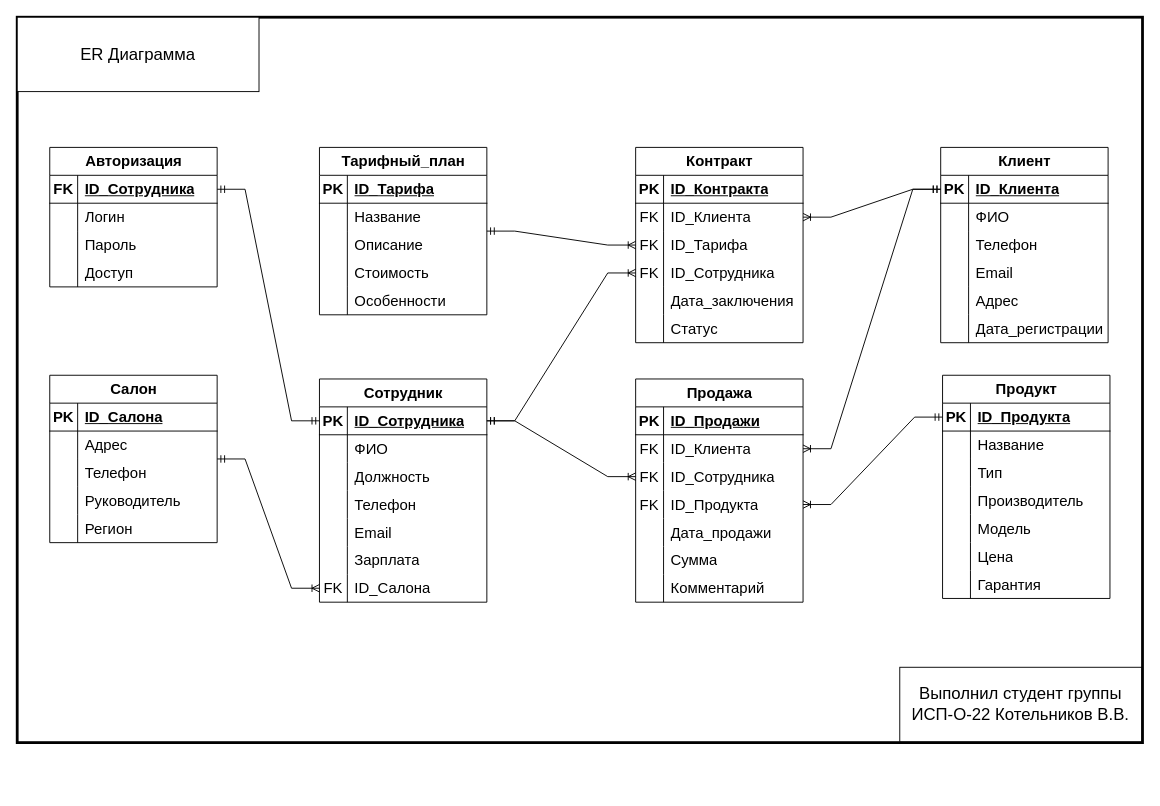
ColdenI/Diploma-IS-mobile-phone-store keeps this draw.io diagram as page "ER" (2 of 6) of media/Диаграммы  - салон связи.drawio. Above is the earlier version. Source tidied: cells renumbered, new cells numbered last; positions are measured from the earlier drawing's top-left corner, leaving out a move shared by most shapes. Both pictures are drawn from the tidied source at 93%, with x=0, y=0 at pixel (17, 17).
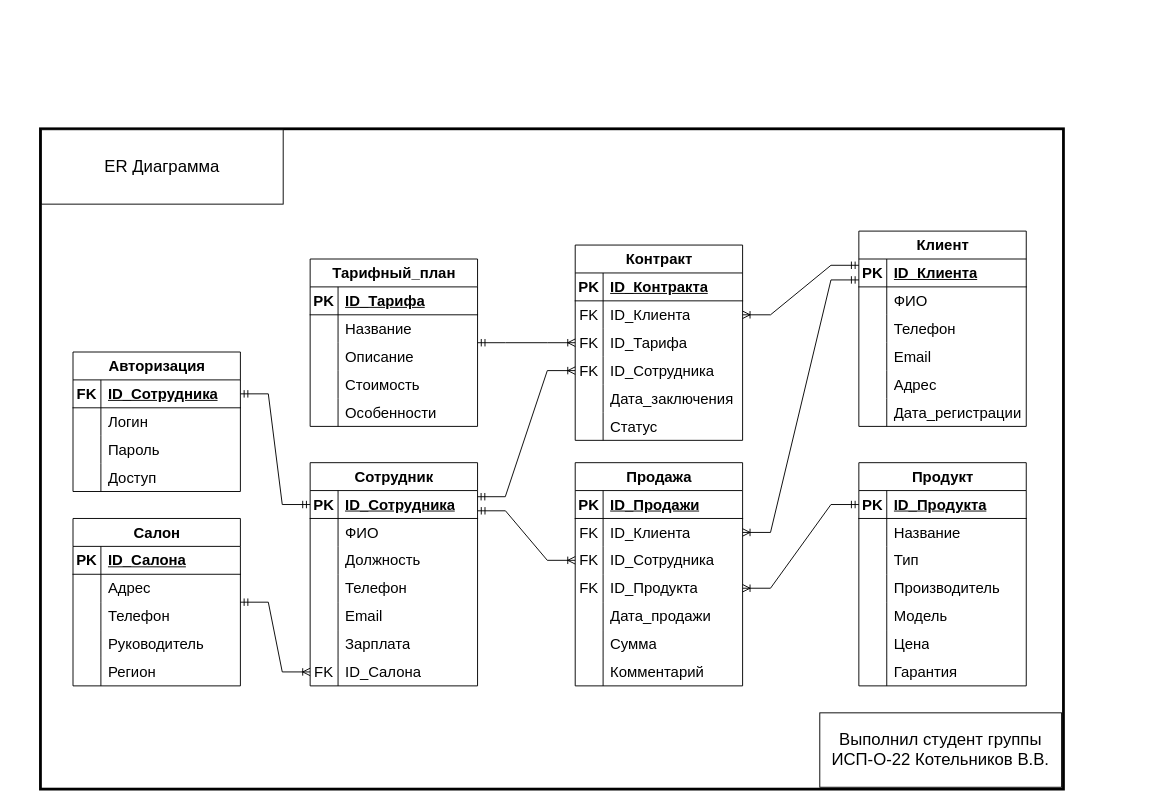
After the change.

The change refers to these unchanged cells:
```xml
<mxCell id="6" style="shape=tableRow;horizontal=0;startSize=0;swimlaneHead=0;swimlaneBody=0;fillColor=none;points=[[0,0.5],[1,0.5]];portConstraint=eastwest;top=0;left=0;right=0;bottom=1;fontSize=16;" parent="5" vertex="1">
  <mxGeometry y="30" width="180" height="30" as="geometry" />
</mxCell>
<mxCell id="44" style="shape=tableRow;horizontal=0;startSize=0;swimlaneHead=0;swimlaneBody=0;fillColor=none;points=[[0,0.5],[1,0.5]];portConstraint=eastwest;top=0;left=0;right=0;bottom=1;fontSize=16;" parent="43" vertex="1">
  <mxGeometry y="30" width="180" height="30" as="geometry" />
</mxCell>
<mxCell id="88" style="shape=tableRow;horizontal=0;startSize=0;swimlaneHead=0;swimlaneBody=0;fillColor=none;points=[[0,0.5],[1,0.5]];portConstraint=eastwest;top=0;left=0;right=0;bottom=0;fontSize=16;" parent="84" vertex="1">
  <mxGeometry y="60" width="180" height="30" as="geometry" />
</mxCell>
<mxCell id="91" style="shape=tableRow;horizontal=0;startSize=0;swimlaneHead=0;swimlaneBody=0;fillColor=none;points=[[0,0.5],[1,0.5]];portConstraint=eastwest;top=0;left=0;right=0;bottom=0;fontSize=16;" parent="84" vertex="1">
  <mxGeometry y="90" width="180" height="30" as="geometry" />
</mxCell>
<mxCell id="126" style="shape=tableRow;horizontal=0;startSize=0;swimlaneHead=0;swimlaneBody=0;fillColor=none;points=[[0,0.5],[1,0.5]];portConstraint=eastwest;top=0;left=0;right=0;bottom=0;fontSize=16;" parent="122" vertex="1">
  <mxGeometry y="60" width="180" height="30" as="geometry" />
</mxCell>
<mxCell id="132" style="shape=tableRow;horizontal=0;startSize=0;swimlaneHead=0;swimlaneBody=0;fillColor=none;points=[[0,0.5],[1,0.5]];portConstraint=eastwest;top=0;left=0;right=0;bottom=0;fontSize=16;" parent="122" vertex="1">
  <mxGeometry y="120" width="180" height="30" as="geometry" />
</mxCell>
```

What changed in the source:
```diff
@@
     <mxCell id="2" style="rounded=0;whiteSpace=wrap;html=1;strokeWidth=3;fillColor=none;" parent="1" vertex="1">
-      <mxGeometry width="1210" height="780" as="geometry" />
+      <mxGeometry x="25" y="120" width="1100" height="710" as="geometry" />
     </mxCell>
     <mxCell id="3" value="ER Диаграмма" style="rounded=0;whiteSpace=wrap;html=1;fontSize=18;" parent="1" vertex="1">
-      <mxGeometry width="260" height="80" as="geometry" />
+      <mxGeometry x="26" y="121" width="260" height="80" as="geometry" />
     </mxCell>
     <mxCell id="4" value="Выполнил студент группы ИСП-О-22&amp;nbsp;Котельников В.В." style="rounded=0;whiteSpace=wrap;html=1;fontSize=18;" parent="1" vertex="1">
-      <mxGeometry x="949" y="699" width="260" height="80" as="geometry" />
+      <mxGeometry x="863" y="748" width="260" height="80" as="geometry" />
     </mxCell>
     <mxCell id="5" value="Сотрудник" style="shape=table;startSize=30;childLayout=tableLayout;rowLines=0;fontStyle=1;align=center;html=1;fontSize=16;" parent="1" vertex="1">
-      <mxGeometry x="325" y="389" width="180" height="240" as="geometry" />
+      <mxGeometry x="315" y="479" width="180" height="240" as="geometry" />
     </mxCell>
@@
     <mxCell id="27" value="Салон" style="shape=table;startSize=30;childLayout=tableLayout;rowLines=0;fontStyle=1;align=center;html=1;fontSize=16;" parent="1" vertex="1">
-      <mxGeometry x="35" y="385" width="180" height="180" as="geometry" />
+      <mxGeometry x="60" y="539" width="180" height="180" as="geometry" />
     </mxCell>
@@
     <mxCell id="43" value="Клиент" style="shape=table;startSize=30;childLayout=tableLayout;rowLines=0;fontStyle=1;align=center;html=1;fontSize=16;" parent="1" vertex="1">
-      <mxGeometry x="993" y="140" width="180" height="210" as="geometry" />
+      <mxGeometry x="905" y="230" width="180" height="210" as="geometry" />
     </mxCell>
@@
     <mxCell id="62" value="Продукт" style="shape=table;startSize=30;childLayout=tableLayout;rowLines=0;fontStyle=1;align=center;html=1;fontSize=16;" parent="1" vertex="1">
-      <mxGeometry x="995" y="385" width="180" height="240" as="geometry" />
+      <mxGeometry x="905" y="479" width="180" height="240" as="geometry" />
     </mxCell>
@@
     <mxCell id="84" value="Продажа" style="shape=table;startSize=30;childLayout=tableLayout;rowLines=0;fontStyle=1;align=center;html=1;fontSize=16;" parent="1" vertex="1">
-      <mxGeometry x="665" y="389" width="180" height="240" as="geometry" />
+      <mxGeometry x="600" y="479" width="180" height="240" as="geometry" />
     </mxCell>
@@
     <mxCell id="106" value="Тарифный_план" style="shape=table;startSize=30;childLayout=tableLayout;rowLines=0;fontStyle=1;align=center;html=1;fontSize=16;" parent="1" vertex="1">
-      <mxGeometry x="325" y="140" width="180" height="180" as="geometry" />
+      <mxGeometry x="315" y="260" width="180" height="180" as="geometry" />
     </mxCell>
@@
     <mxCell id="122" value="Контракт" style="shape=table;startSize=30;childLayout=tableLayout;rowLines=0;fontStyle=1;align=center;html=1;fontSize=16;" parent="1" vertex="1">
-      <mxGeometry x="665" y="140" width="180" height="210" as="geometry" />
+      <mxGeometry x="600" y="245" width="180" height="210" as="geometry" />
     </mxCell>
@@
-    <mxCell id="142" style="edgeStyle=entityRelationEdgeStyle;fontSize=16;html=1;endArrow=ERoneToMany;startArrow=ERmandOne;rounded=0;" parent="1" edge="1" source="6" target="91">
+    <mxCell id="142" style="edgeStyle=entityRelationEdgeStyle;fontSize=16;html=1;endArrow=ERoneToMany;startArrow=ERmandOne;rounded=0;exitX=1;exitY=0.725;exitDx=0;exitDy=0;exitPerimeter=0;" parent="1" edge="1" source="6" target="91">
       <mxGeometry relative="1" as="geometry" />
     </mxCell>
-    <mxCell id="143" style="edgeStyle=entityRelationEdgeStyle;fontSize=16;html=1;endArrow=ERoneToMany;startArrow=ERmandOne;rounded=0;" parent="1" edge="1" source="44" target="88">
+    <mxCell id="143" style="edgeStyle=entityRelationEdgeStyle;fontSize=16;html=1;endArrow=ERoneToMany;startArrow=ERmandOne;rounded=0;exitX=0;exitY=0.75;exitDx=0;exitDy=0;exitPerimeter=0;" parent="1" edge="1" source="44" target="88">
       <mxGeometry relative="1" as="geometry" />
     </mxCell>
@@
-    <mxCell id="145" style="edgeStyle=entityRelationEdgeStyle;fontSize=16;html=1;endArrow=ERoneToMany;startArrow=ERmandOne;rounded=0;" parent="1" edge="1" source="44" target="126">
+    <mxCell id="145" style="edgeStyle=entityRelationEdgeStyle;fontSize=16;html=1;endArrow=ERoneToMany;startArrow=ERmandOne;rounded=0;exitX=0;exitY=0.225;exitDx=0;exitDy=0;exitPerimeter=0;" parent="1" edge="1" source="44" target="126">
       <mxGeometry relative="1" as="geometry" />
     </mxCell>
-    <mxCell id="146" style="edgeStyle=entityRelationEdgeStyle;fontSize=16;html=1;endArrow=ERoneToMany;startArrow=ERmandOne;rounded=0;" parent="1" edge="1" source="6" target="132">
+    <mxCell id="146" style="edgeStyle=entityRelationEdgeStyle;fontSize=16;html=1;endArrow=ERoneToMany;startArrow=ERmandOne;rounded=0;exitX=0.999;exitY=0.22;exitDx=0;exitDy=0;exitPerimeter=0;" parent="1" edge="1" source="6" target="132">
       <mxGeometry relative="1" as="geometry" />
     </mxCell>
@@
     <mxCell id="148" value="Авторизация" style="shape=table;startSize=30;childLayout=tableLayout;rowLines=0;fontStyle=1;align=center;html=1;fontSize=16;" parent="1" vertex="1">
-      <mxGeometry x="35" y="140" width="180" height="150" as="geometry" />
+      <mxGeometry x="60" y="360" width="180" height="150" as="geometry" />
     </mxCell>
```
